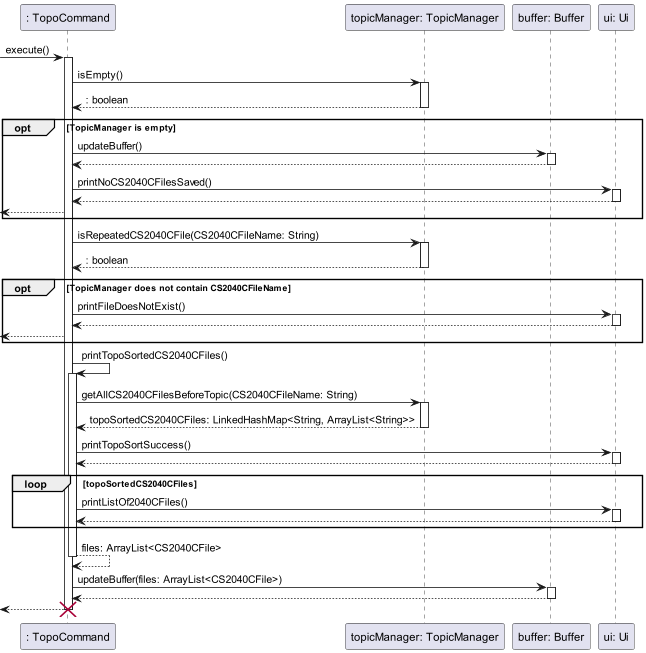
Above: docs/sequence-diagrams/diagrams/TopoSort.png in ong-ck/tp (PlantUML), before the change.
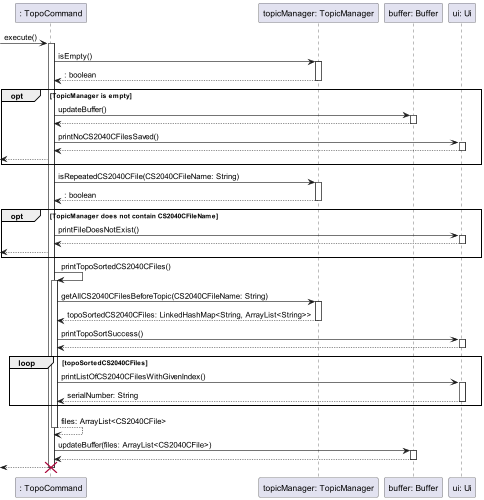
After the commit.

Commit message:
Update sequence diagram of TopoSort

The edit, as a diff of the source:
```diff
@@ -44,9 +44,9 @@
         return
 
         loop topoSortedCS2040CFiles
-            TopoCommand -> Ui: printListOf2040CFiles()
+            TopoCommand -> Ui: printListOfCS2040CFilesWithGivenIndex()
             activate Ui
-            return
+            return serialNumber: String
         end
     return files: ArrayList<CS2040CFile>
 
```
